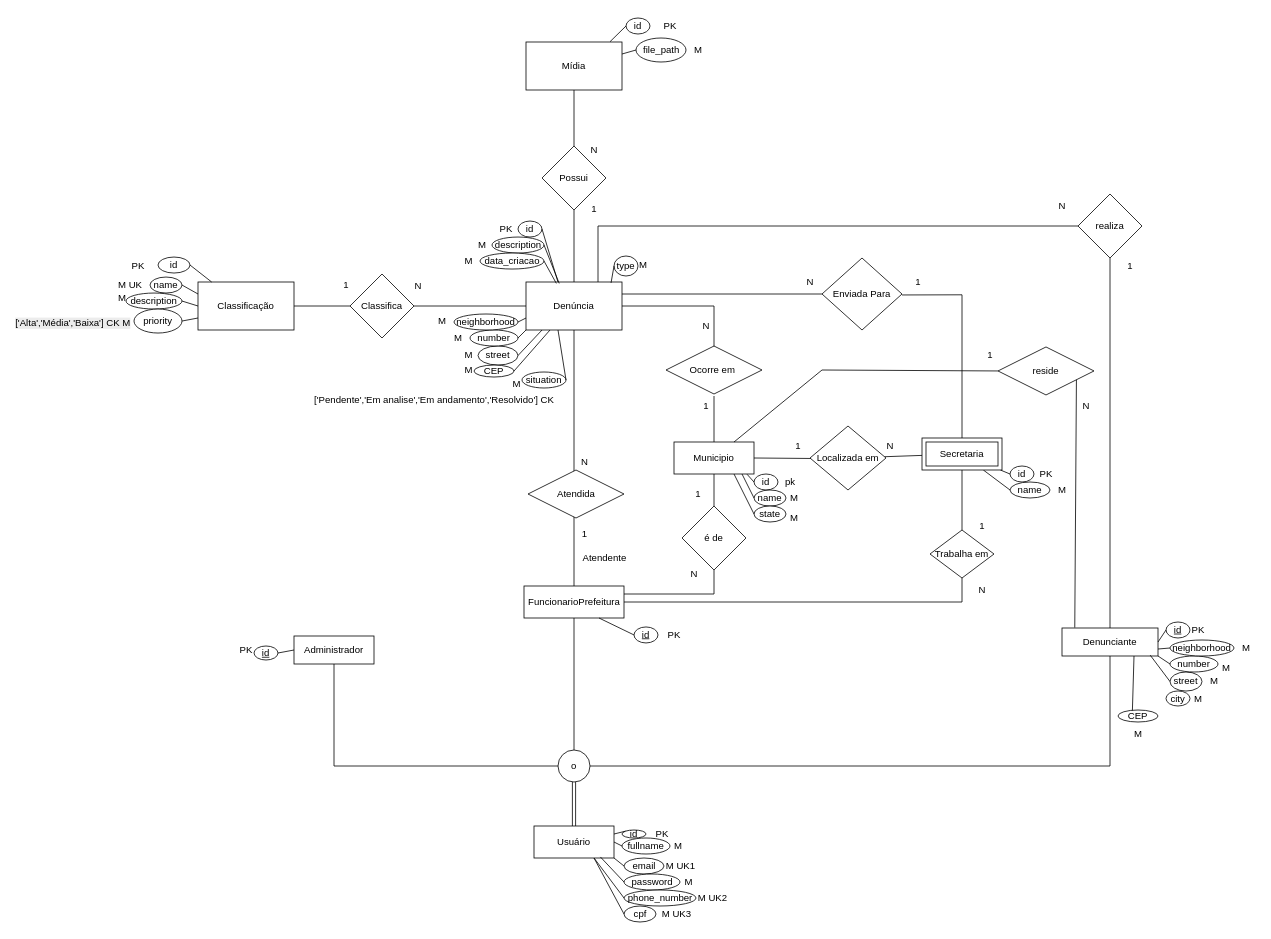
The draw.io diagram Outras_disciplinas/Banco de Dados/FalaCidade.drawio in RRomano00/Fala-Cidade, before the edit. Source tidied: cells renumbered, new cells numbered last; positions are measured from the earlier drawing's top-left corner, leaving out a move shared by most shapes. Both pictures are drawn from the tidied source at 80%, with x=0, y=0 at pixel (14, 14).
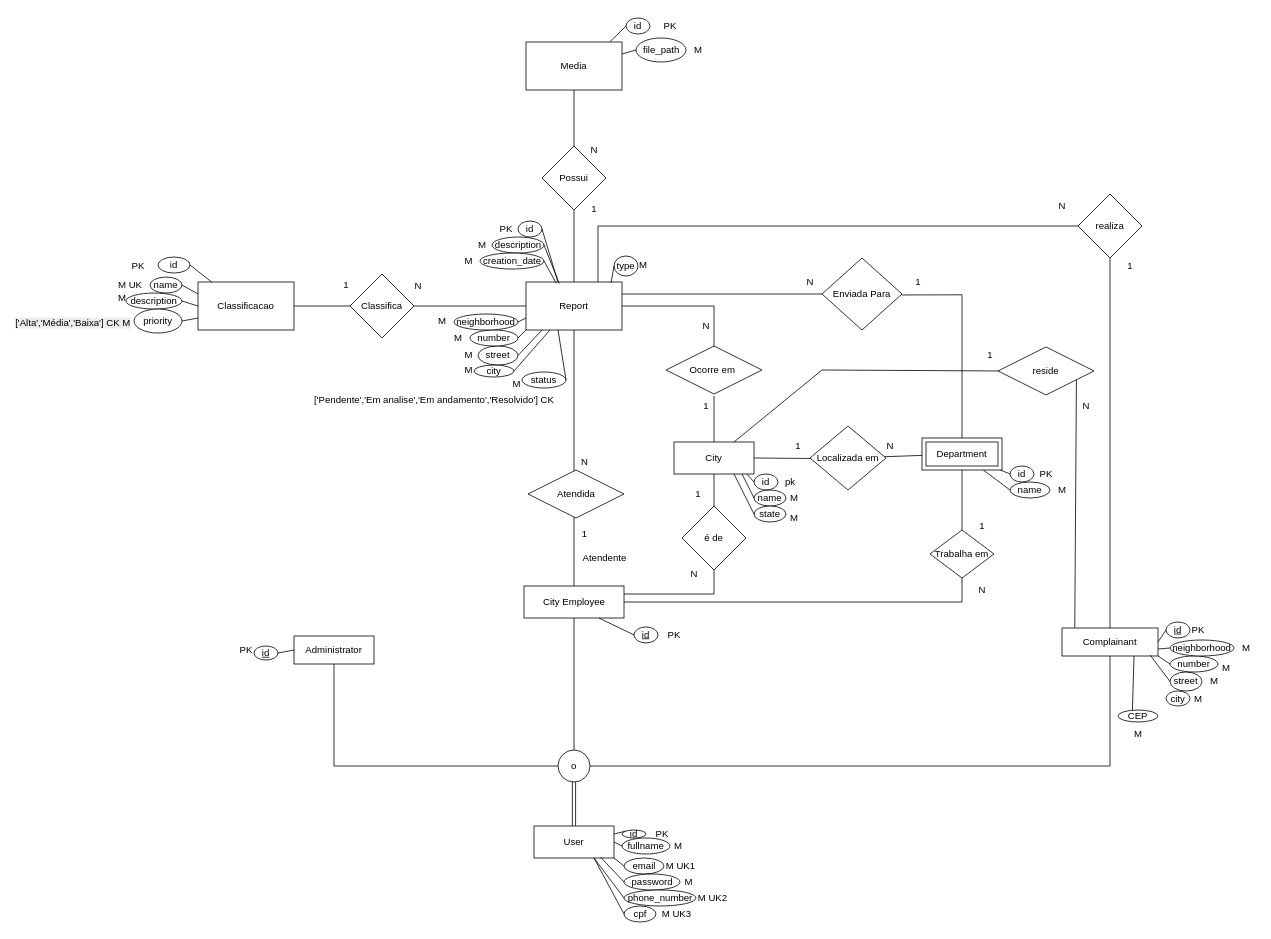
The same diagram, later.

Commit message (it also covers changes not shown here):
feat:correções no script e traduzindo o MER e o script para ingles

Diff of the diagram source:
```diff
@@
-    <mxCell id="2" value="Usuário" style="whiteSpace=wrap;html=1;align=center;" parent="1" vertex="1">
+    <mxCell id="2" value="User" style="whiteSpace=wrap;html=1;align=center;" parent="1" vertex="1">
       <mxGeometry x="650" y="1015" width="100" height="40" as="geometry" />
     </mxCell>
@@
-    <mxCell id="20" value="Administrador" style="whiteSpace=wrap;html=1;align=center;" parent="1" vertex="1">
+    <mxCell id="20" value="Administrator" style="whiteSpace=wrap;html=1;align=center;" parent="1" vertex="1">
       <mxGeometry x="350" y="777.5" width="100" height="35" as="geometry" />
     </mxCell>
@@
-    <mxCell id="25" value="FuncionarioPrefeitura" style="whiteSpace=wrap;html=1;" parent="1" vertex="1">
+    <mxCell id="25" value="City Employee" style="whiteSpace=wrap;html=1;" parent="1" vertex="1">
       <mxGeometry x="637.5" y="715" width="125" height="40" as="geometry" />
     </mxCell>
@@
-    <mxCell id="27" value="&lt;div&gt;&lt;span style=&quot;background-color: transparent; color: light-dark(rgb(0, 0, 0), rgb(255, 255, 255));&quot;&gt;Denunciante&lt;/span&gt;&lt;/div&gt;" style="whiteSpace=wrap;html=1;" parent="1" vertex="1">
+    <mxCell id="27" value="&lt;div&gt;&lt;span style=&quot;background-color: transparent; color: light-dark(rgb(0, 0, 0), rgb(255, 255, 255));&quot;&gt;Complainant&lt;/span&gt;&lt;/div&gt;" style="whiteSpace=wrap;html=1;" parent="1" vertex="1">
       <mxGeometry x="1310" y="767.5" width="120" height="35" as="geometry" />
     </mxCell>
@@
-    <mxCell id="35" value="Denúncia" style="whiteSpace=wrap;html=1;" parent="1" vertex="1">
+    <mxCell id="35" value="Report" style="whiteSpace=wrap;html=1;" parent="1" vertex="1">
       <mxGeometry x="640" y="335" width="120" height="60" as="geometry" />
     </mxCell>
@@
-    <mxCell id="53" value="Municipio" style="whiteSpace=wrap;html=1;" parent="1" vertex="1">
+    <mxCell id="53" value="City" style="whiteSpace=wrap;html=1;" parent="1" vertex="1">
       <mxGeometry x="825" y="535" width="100" height="40" as="geometry" />
     </mxCell>
@@
-    <mxCell id="73" value="data_criacao" style="ellipse;whiteSpace=wrap;html=1;" parent="1" vertex="1">
+    <mxCell id="73" value="creation_date" style="ellipse;whiteSpace=wrap;html=1;" parent="1" vertex="1">
       <mxGeometry x="582.5" y="298.8" width="80" height="20" as="geometry" />
     </mxCell>
@@
-    <mxCell id="83" value="situation" style="ellipse;whiteSpace=wrap;html=1;" parent="1" vertex="1">
+    <mxCell id="83" value="status" style="ellipse;whiteSpace=wrap;html=1;" parent="1" vertex="1">
       <mxGeometry x="635" y="447.5" width="55" height="20" as="geometry" />
     </mxCell>
@@
-    <mxCell id="97" value="CEP" style="ellipse;whiteSpace=wrap;html=1;align=center;" parent="1" vertex="1">
+    <mxCell id="97" value="city" style="ellipse;whiteSpace=wrap;html=1;align=center;" parent="1" vertex="1">
       <mxGeometry x="575" y="438.8" width="50" height="15" as="geometry" />
     </mxCell>
@@
-    <mxCell id="103" value="Secretaria" style="shape=ext;margin=3;double=1;whiteSpace=wrap;html=1;align=center;" parent="1" vertex="1">
+    <mxCell id="103" value="Department" style="shape=ext;margin=3;double=1;whiteSpace=wrap;html=1;align=center;" parent="1" vertex="1">
       <mxGeometry x="1135" y="530" width="100" height="40" as="geometry" />
     </mxCell>
@@
-    <mxCell id="107" value="Classificação" style="whiteSpace=wrap;html=1;" parent="1" vertex="1">
+    <mxCell id="107" value="Classificacao" style="whiteSpace=wrap;html=1;" parent="1" vertex="1">
       <mxGeometry x="230" y="335" width="120" height="60" as="geometry" />
     </mxCell>
@@
-    <mxCell id="140" value="Mídia" style="whiteSpace=wrap;html=1;" parent="1" vertex="1">
+    <mxCell id="140" value="Media" style="whiteSpace=wrap;html=1;" parent="1" vertex="1">
       <mxGeometry x="640" y="35" width="120" height="60" as="geometry" />
     </mxCell>
```
